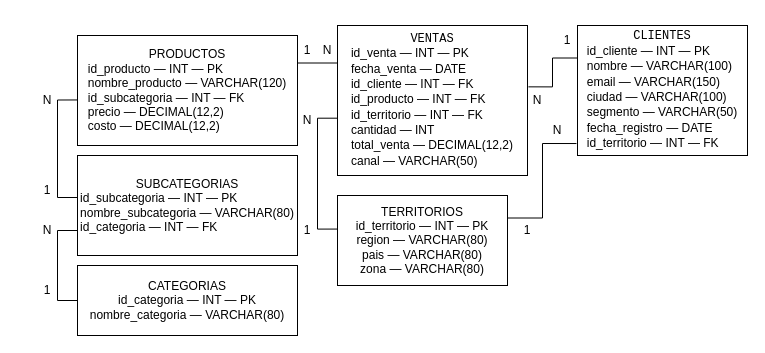
This is Diagrama sin título.drawio from Mauricio-Hernandez-git/data-analytics-practicas, a draw.io file, before an edit. Source tidied: cells renumbered, new cells numbered last; positions are measured from the earlier drawing's top-left corner, leaving out a move shared by most shapes. Both pictures are drawn from the tidied source at 100%, with x=0, y=0 at pixel (17, 25).
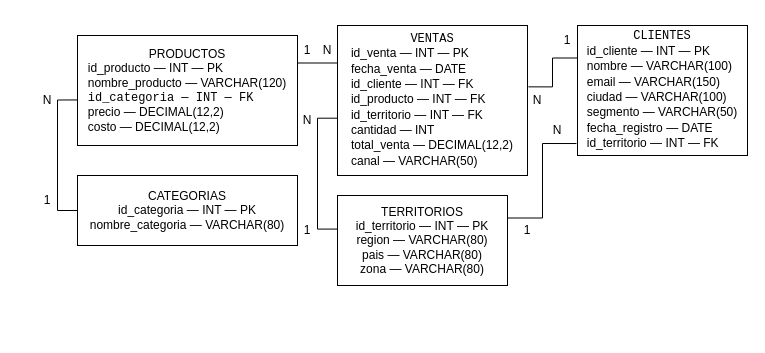
The same diagram, later.

Diff of the diagram source:
```diff
@@
-    <mxCell id="3" style="edgeStyle=orthogonalEdgeStyle;rounded=0;jettySize=auto;html=1;exitX=0;exitY=0.5;exitDx=0;exitDy=0;entryX=0;entryY=0.75;entryDx=0;entryDy=0;defaultLabelBackgroundColor=gap;startArrow=none;startFill=0;endArrow=none;endFill=0;curved=0;" parent="1" edge="1" source="4" target="5">
-      <mxGeometry relative="1" as="geometry" />
-    </mxCell>
     <mxCell id="4" value="&lt;div&gt;CATEGORIAS&lt;/div&gt;&lt;div&gt;id_categoria — INT — PK&lt;/div&gt;&lt;div&gt;nombre_categoria — VARCHAR(80)&lt;/div&gt;" style="whiteSpace=wrap;html=1;" parent="1" vertex="1">
-      <mxGeometry x="60" y="240" width="220" height="70" as="geometry" />
+      <mxGeometry x="60" y="150" width="220" height="70" as="geometry" />
     </mxCell>
-    <mxCell id="5" value="&lt;div&gt;SUBCATEGORIAS&lt;/div&gt;&lt;div style=&quot;text-align: left;&quot;&gt;id_subcategoria — INT — PK&lt;/div&gt;&lt;div style=&quot;text-align: left;&quot;&gt;nombre_subcategoria — VARCHAR(80)&lt;/div&gt;&lt;div style=&quot;text-align: left;&quot;&gt;id_categoria — INT — FK&lt;/div&gt;" style="whiteSpace=wrap;html=1;" parent="1" vertex="1">
-      <mxGeometry x="60" y="130" width="220" height="100" as="geometry" />
-    </mxCell>
-    <mxCell id="6" style="edgeStyle=orthogonalEdgeStyle;rounded=0;jettySize=auto;html=1;exitX=-0.002;exitY=0.586;exitDx=0;exitDy=0;entryX=-0.002;entryY=0.42;entryDx=0;entryDy=0;defaultLabelBackgroundColor=gap;exitPerimeter=0;startArrow=none;startFill=0;entryPerimeter=0;endArrow=none;endFill=0;" parent="1" edge="1" source="7" target="5">
-      <mxGeometry relative="1" as="geometry" />
+    <mxCell id="6" style="edgeStyle=orthogonalEdgeStyle;rounded=0;jettySize=auto;html=1;exitX=-0.002;exitY=0.586;exitDx=0;exitDy=0;entryX=0;entryY=0.5;entryDx=0;entryDy=0;defaultLabelBackgroundColor=gap;exitPerimeter=0;startArrow=none;startFill=0;endArrow=none;endFill=0;" parent="1" edge="1" source="7" target="4">
+      <mxGeometry x="-0.43" relative="1" as="geometry" />
     </mxCell>
-    <mxCell id="7" value="&lt;div&gt;PRODUCTOS&lt;/div&gt;&lt;div style=&quot;text-align: left;&quot;&gt;id_producto — INT — PK&lt;/div&gt;&lt;div style=&quot;text-align: left;&quot;&gt;nombre_producto — VARCHAR(120)&lt;/div&gt;&lt;div style=&quot;text-align: left;&quot;&gt;id_subcategoria — INT — FK&lt;/div&gt;&lt;div style=&quot;text-align: left;&quot;&gt;precio — DECIMAL(12,2)&lt;/div&gt;&lt;div style=&quot;text-align: left;&quot;&gt;costo — DECIMAL(12,2)&lt;/div&gt;" style="whiteSpace=wrap;html=1;" parent="1" vertex="1">
+    <mxCell id="7" value="&lt;div&gt;PRODUCTOS&lt;/div&gt;&lt;div style=&quot;text-align: left;&quot;&gt;id_producto — INT — PK&lt;/div&gt;&lt;div style=&quot;text-align: left;&quot;&gt;nombre_producto — VARCHAR(120)&lt;/div&gt;&lt;div style=&quot;text-align: left;&quot;&gt;&lt;code&gt;id_categoria — INT — FK&lt;/code&gt;&lt;/div&gt;&lt;div style=&quot;text-align: left;&quot;&gt;precio — DECIMAL(12,2)&lt;/div&gt;&lt;div style=&quot;text-align: left;&quot;&gt;costo — DECIMAL(12,2)&lt;/div&gt;" style="whiteSpace=wrap;html=1;" parent="1" vertex="1">
       <mxGeometry x="60" y="10" width="220" height="110" as="geometry" />
     </mxCell>
@@
-    <mxCell id="16" value="1" style="text;html=1;whiteSpace=wrap;strokeColor=none;fillColor=none;align=center;verticalAlign=middle;rounded=0;" parent="1" vertex="1">
-      <mxGeometry y="150" width="60" height="30" as="geometry" />
-    </mxCell>
-    <mxCell id="17" value="N" style="text;html=1;whiteSpace=wrap;strokeColor=none;fillColor=none;align=center;verticalAlign=middle;rounded=0;" parent="1" vertex="1">
-      <mxGeometry y="190" width="60" height="30" as="geometry" />
-    </mxCell>
     <mxCell id="18" value="1" style="text;html=1;whiteSpace=wrap;strokeColor=none;fillColor=none;align=center;verticalAlign=middle;rounded=0;" parent="1" vertex="1">
-      <mxGeometry y="250" width="60" height="30" as="geometry" />
+      <mxGeometry y="160" width="60" height="30" as="geometry" />
     </mxCell>
```
